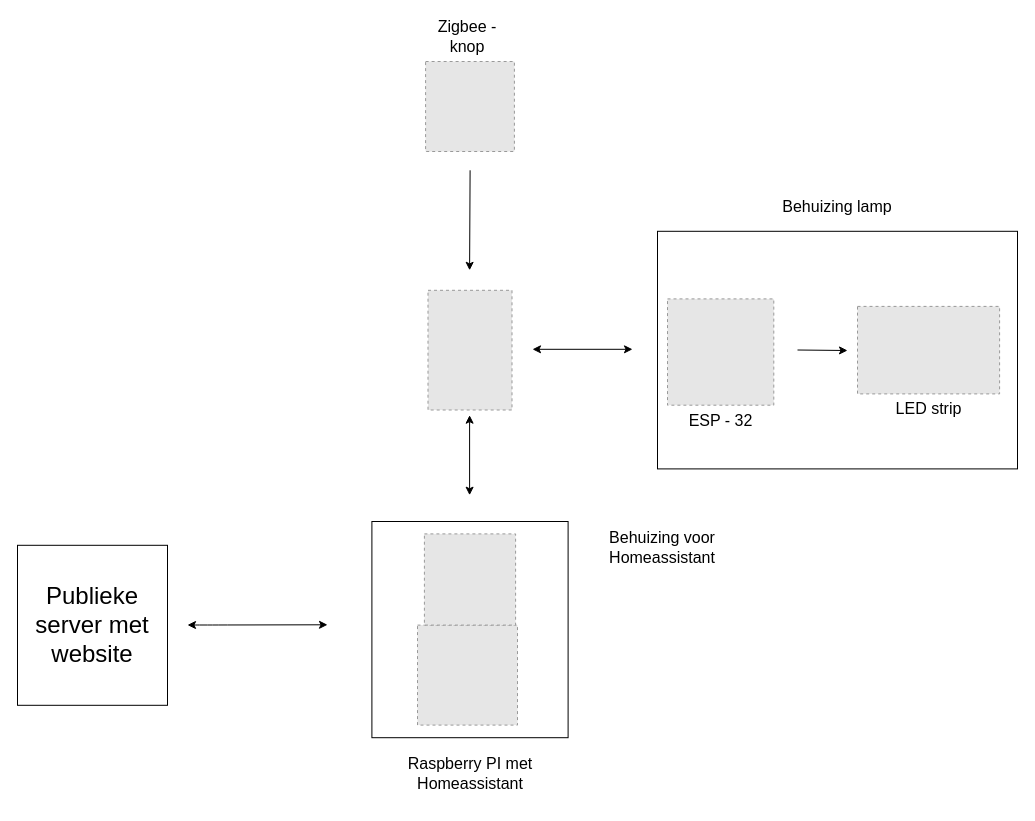
Earlier version of the draw.io diagram Research/schema.drawio (vives-project-xp/SimLabVerpleegoproep). Source tidied: cells renumbered, new cells numbered last; positions are measured from the earlier drawing's top-left corner, leaving out a move shared by most shapes. Both pictures are drawn from the tidied source at 100%, with x=0, y=0 at pixel (17, 21). Pictures stored in the file or linked from it are replaced by grey dashed boxes.
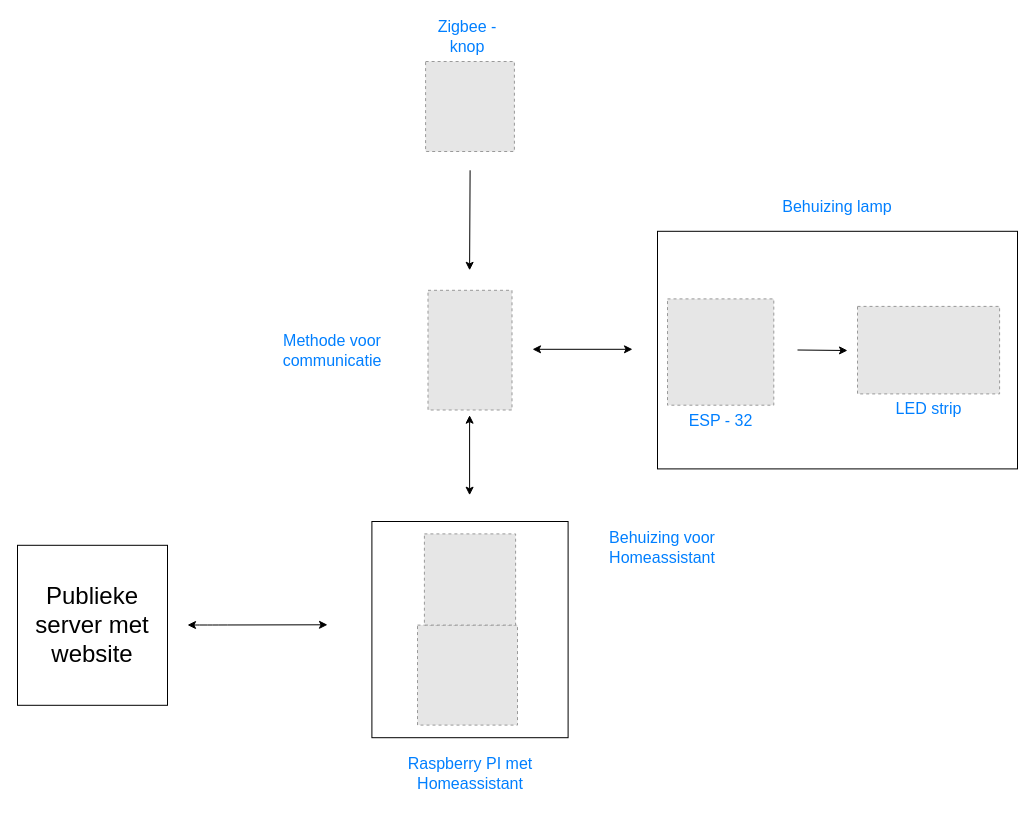
After the change.

The edit, as a diff of the source:
```diff
@@
-    <mxCell id="15" value="&lt;font style=&quot;font-size: 16px;&quot;&gt;Zigbee - knop&lt;/font&gt;" style="text;strokeColor=none;align=center;fillColor=none;html=1;verticalAlign=middle;whiteSpace=wrap;rounded=0;" parent="1" vertex="1">
+    <mxCell id="15" value="&lt;font style=&quot;font-size: 16px; color: rgb(0, 127, 255);&quot;&gt;Zigbee - knop&lt;/font&gt;" style="text;strokeColor=none;align=center;fillColor=none;html=1;verticalAlign=middle;whiteSpace=wrap;rounded=0;" parent="1" vertex="1">
       <mxGeometry x="405" width="90" height="30" as="geometry" />
     </mxCell>
-    <mxCell id="16" value="&lt;font style=&quot;font-size: 16px;&quot;&gt;ESP - 32&lt;/font&gt;" style="text;strokeColor=none;align=center;fillColor=none;html=1;verticalAlign=middle;whiteSpace=wrap;rounded=0;" parent="1" vertex="1">
+    <mxCell id="16" value="&lt;font style=&quot;font-size: 16px; color: rgb(0, 127, 255);&quot;&gt;ESP - 32&lt;/font&gt;" style="text;strokeColor=none;align=center;fillColor=none;html=1;verticalAlign=middle;whiteSpace=wrap;rounded=0;" parent="1" vertex="1">
       <mxGeometry x="659.8" y="383.7" width="86.8" height="30" as="geometry" />
     </mxCell>
@@
-    <mxCell id="18" value="&lt;font style=&quot;font-size: 16px;&quot;&gt;Raspberry PI met Homeassistant&lt;/font&gt;" style="text;strokeColor=none;align=center;fillColor=none;html=1;verticalAlign=middle;whiteSpace=wrap;rounded=0;" parent="1" vertex="1">
+    <mxCell id="18" value="&lt;font style=&quot;font-size: 16px; color: rgb(0, 127, 255);&quot;&gt;Raspberry PI met Homeassistant&lt;/font&gt;" style="text;strokeColor=none;align=center;fillColor=none;html=1;verticalAlign=middle;whiteSpace=wrap;rounded=0;" parent="1" vertex="1">
       <mxGeometry x="382.5" y="722.4" width="140" height="60" as="geometry" />
     </mxCell>
-    <mxCell id="19" value="&lt;font style=&quot;font-size: 16px;&quot;&gt;Behuizing lamp&lt;/font&gt;" style="text;strokeColor=none;align=center;fillColor=none;html=1;verticalAlign=middle;whiteSpace=wrap;rounded=0;" parent="1" vertex="1">
+    <mxCell id="19" value="&lt;font style=&quot;font-size: 16px; color: rgb(0, 127, 255);&quot;&gt;Behuizing lamp&lt;/font&gt;" style="text;strokeColor=none;align=center;fillColor=none;html=1;verticalAlign=middle;whiteSpace=wrap;rounded=0;" parent="1" vertex="1">
       <mxGeometry x="755" y="170" width="130" height="30" as="geometry" />
     </mxCell>
-    <mxCell id="20" value="&lt;font style=&quot;font-size: 16px;&quot;&gt;LED strip&lt;/font&gt;" style="text;strokeColor=none;align=center;fillColor=none;html=1;verticalAlign=middle;whiteSpace=wrap;rounded=0;" parent="1" vertex="1">
+    <mxCell id="20" value="&lt;font style=&quot;font-size: 16px; color: rgb(0, 127, 255);&quot;&gt;LED strip&lt;/font&gt;" style="text;strokeColor=none;align=center;fillColor=none;html=1;verticalAlign=middle;whiteSpace=wrap;rounded=0;" parent="1" vertex="1">
       <mxGeometry x="871.6" y="372.4" width="78.9" height="30" as="geometry" />
     </mxCell>
-    <mxCell id="21" value="&lt;font style=&quot;font-size: 16px;&quot;&gt;Behuizing voor Homeassistant&lt;/font&gt;" style="text;strokeColor=none;align=center;fillColor=none;html=1;verticalAlign=middle;whiteSpace=wrap;rounded=0;" parent="1" vertex="1">
+    <mxCell id="21" value="&lt;font style=&quot;font-size: 16px; color: rgb(0, 127, 255);&quot;&gt;Behuizing voor Homeassistant&lt;/font&gt;" style="text;strokeColor=none;align=center;fillColor=none;html=1;verticalAlign=middle;whiteSpace=wrap;rounded=0;" parent="1" vertex="1">
       <mxGeometry x="570" y="500" width="150" height="52.4" as="geometry" />
     </mxCell>
+    <mxCell id="22" value="&lt;span style=&quot;font-size: 16px;&quot;&gt;&lt;font style=&quot;color: rgb(0, 127, 255);&quot;&gt;Methode voor communicatie&lt;/font&gt;&lt;/span&gt;" style="text;strokeColor=none;align=center;fillColor=none;html=1;verticalAlign=middle;whiteSpace=wrap;rounded=0;" parent="1" vertex="1">
+      <mxGeometry x="240" y="302.4" width="150" height="52.4" as="geometry" />
+    </mxCell>
```
